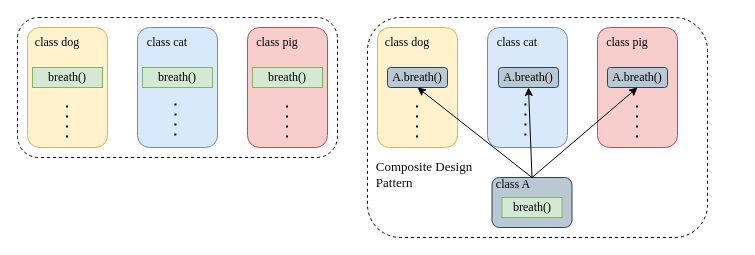
Above: DrawIO_file/流程图/组合设计模式.drawio in DingDongZz/typera_PicGO (draw.io), before the change. Source tidied: cells renumbered, new cells numbered last; positions are measured from the earlier drawing's top-left corner, leaving out a move shared by most shapes. Both pictures are drawn from the tidied source at 100%, with x=0, y=0 at pixel (17, 17).
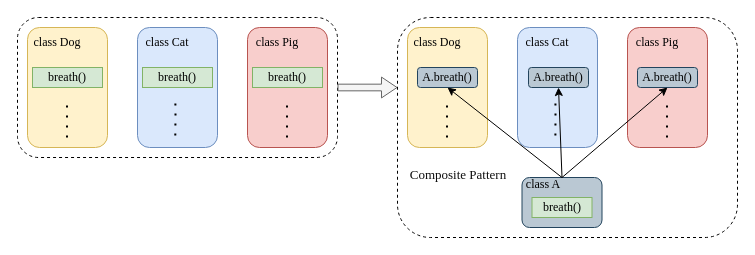
The same page after the edit.

Commit message (it also covers changes not shown here):
更新组合设计模式.drawio

The change refers to these unchanged cells:
```xml
<mxCell id="2" style="rounded=1;whiteSpace=wrap;html=1;dashed=1;fontFamily=Times New Roman;" parent="1" vertex="1">
  <mxGeometry width="320" height="140" as="geometry" />
</mxCell>
```

The edit, as a diff of the source:
```diff
@@
-    <mxCell id="6" value="class dog" style="text;html=1;align=center;verticalAlign=middle;whiteSpace=wrap;rounded=0;fontFamily=Times New Roman;" parent="1" vertex="1">
+    <mxCell id="6" value="class Dog" style="text;html=1;align=center;verticalAlign=middle;whiteSpace=wrap;rounded=0;fontFamily=Times New Roman;" parent="1" vertex="1">
       <mxGeometry x="10" y="10" width="60" height="30" as="geometry" />
     </mxCell>
-    <mxCell id="7" value="class cat" style="text;html=1;align=center;verticalAlign=middle;whiteSpace=wrap;rounded=0;fontFamily=Times New Roman;" parent="1" vertex="1">
+    <mxCell id="7" value="class Cat" style="text;html=1;align=center;verticalAlign=middle;whiteSpace=wrap;rounded=0;fontFamily=Times New Roman;" parent="1" vertex="1">
       <mxGeometry x="120" y="10" width="60" height="30" as="geometry" />
     </mxCell>
-    <mxCell id="8" value="class pig" style="text;html=1;align=center;verticalAlign=middle;whiteSpace=wrap;rounded=0;fontFamily=Times New Roman;" parent="1" vertex="1">
+    <mxCell id="8" value="class Pig" style="text;html=1;align=center;verticalAlign=middle;whiteSpace=wrap;rounded=0;fontFamily=Times New Roman;" parent="1" vertex="1">
       <mxGeometry x="230" y="10" width="60" height="30" as="geometry" />
     </mxCell>
@@
     <mxCell id="15" style="rounded=1;whiteSpace=wrap;html=1;dashed=1;fontFamily=Times New Roman;" parent="1" vertex="1">
-      <mxGeometry x="350" width="340" height="220" as="geometry" />
+      <mxGeometry x="380" width="340" height="220" as="geometry" />
     </mxCell>
     <mxCell id="16" style="rounded=1;whiteSpace=wrap;html=1;fillColor=#fff2cc;strokeColor=#d6b656;fontFamily=Times New Roman;" parent="1" vertex="1">
-      <mxGeometry x="360" y="10" width="80" height="120" as="geometry" />
+      <mxGeometry x="390" y="10" width="80" height="120" as="geometry" />
     </mxCell>
     <mxCell id="17" style="rounded=1;whiteSpace=wrap;html=1;fillColor=#dae8fc;strokeColor=#6c8ebf;fontFamily=Times New Roman;" parent="1" vertex="1">
-      <mxGeometry x="470" y="10" width="80" height="120" as="geometry" />
+      <mxGeometry x="500" y="10" width="80" height="120" as="geometry" />
     </mxCell>
     <mxCell id="18" style="rounded=1;whiteSpace=wrap;html=1;fillColor=#f8cecc;strokeColor=#b85450;fontFamily=Times New Roman;" parent="1" vertex="1">
-      <mxGeometry x="580" y="10" width="80" height="120" as="geometry" />
+      <mxGeometry x="610" y="10" width="80" height="120" as="geometry" />
     </mxCell>
-    <mxCell id="19" value="class dog" style="text;html=1;align=center;verticalAlign=middle;whiteSpace=wrap;rounded=0;fontFamily=Times New Roman;" parent="1" vertex="1">
-      <mxGeometry x="360" y="10" width="60" height="30" as="geometry" />
+    <mxCell id="19" value="class Dog" style="text;html=1;align=center;verticalAlign=middle;whiteSpace=wrap;rounded=0;fontFamily=Times New Roman;" parent="1" vertex="1">
+      <mxGeometry x="390" y="10" width="60" height="30" as="geometry" />
     </mxCell>
-    <mxCell id="20" value="class cat" style="text;html=1;align=center;verticalAlign=middle;whiteSpace=wrap;rounded=0;fontFamily=Times New Roman;" parent="1" vertex="1">
-      <mxGeometry x="470" y="10" width="60" height="30" as="geometry" />
+    <mxCell id="20" value="class Cat" style="text;html=1;align=center;verticalAlign=middle;whiteSpace=wrap;rounded=0;fontFamily=Times New Roman;" parent="1" vertex="1">
+      <mxGeometry x="500" y="10" width="60" height="30" as="geometry" />
     </mxCell>
-    <mxCell id="21" value="class pig" style="text;html=1;align=center;verticalAlign=middle;whiteSpace=wrap;rounded=0;fontFamily=Times New Roman;" parent="1" vertex="1">
-      <mxGeometry x="580" y="10" width="60" height="30" as="geometry" />
+    <mxCell id="21" value="class Pig" style="text;html=1;align=center;verticalAlign=middle;whiteSpace=wrap;rounded=0;fontFamily=Times New Roman;" parent="1" vertex="1">
+      <mxGeometry x="610" y="10" width="60" height="30" as="geometry" />
     </mxCell>
     <mxCell id="22" style="endArrow=none;dashed=1;html=1;rounded=0;dashPattern=1 4;strokeWidth=2;fontFamily=Times New Roman;" parent="1" edge="1">
       <mxGeometry relative="1" as="geometry">
-        <mxPoint x="399.5" y="120" as="sourcePoint" />
-        <mxPoint x="399.5" y="80" as="targetPoint" />
+        <mxPoint x="429.5" y="120" as="sourcePoint" />
+        <mxPoint x="429.5" y="80" as="targetPoint" />
       </mxGeometry>
     </mxCell>
     <mxCell id="23" style="endArrow=none;dashed=1;html=1;rounded=0;dashPattern=1 4;strokeWidth=2;fontFamily=Times New Roman;" parent="1" edge="1">
       <mxGeometry relative="1" as="geometry">
-        <mxPoint x="507.9" y="118" as="sourcePoint" />
-        <mxPoint x="507.9" y="78" as="targetPoint" />
+        <mxPoint x="537.9" y="118" as="sourcePoint" />
+        <mxPoint x="537.9" y="78" as="targetPoint" />
         <Array as="points">
-          <mxPoint x="508" y="98" />
+          <mxPoint x="538" y="98" />
         </Array>
       </mxGeometry>
     </mxCell>
     <mxCell id="24" style="endArrow=none;dashed=1;html=1;rounded=0;dashPattern=1 4;strokeWidth=2;fontFamily=Times New Roman;" parent="1" edge="1">
       <mxGeometry relative="1" as="geometry">
-        <mxPoint x="619.5" y="120" as="sourcePoint" />
-        <mxPoint x="619.5" y="80" as="targetPoint" />
+        <mxPoint x="649.5" y="120" as="sourcePoint" />
+        <mxPoint x="649.5" y="80" as="targetPoint" />
       </mxGeometry>
     </mxCell>
     <mxCell id="25" value="A.breath()" style="rounded=1;whiteSpace=wrap;html=1;fillColor=#bac8d3;strokeColor=#23445d;fontFamily=Times New Roman;" parent="1" vertex="1">
-      <mxGeometry x="370" y="50" width="60" height="20" as="geometry" />
+      <mxGeometry x="400" y="50" width="60" height="20" as="geometry" />
     </mxCell>
     <mxCell id="26" value="A.breath()" style="rounded=1;whiteSpace=wrap;html=1;fillColor=#bac8d3;strokeColor=#23445d;fontFamily=Times New Roman;" parent="1" vertex="1">
-      <mxGeometry x="481" y="50" width="60" height="20" as="geometry" />
+      <mxGeometry x="511" y="50" width="60" height="20" as="geometry" />
     </mxCell>
     <mxCell id="27" value="A.breath()" style="rounded=1;whiteSpace=wrap;html=1;fillColor=#bac8d3;strokeColor=#23445d;fontFamily=Times New Roman;" parent="1" vertex="1">
-      <mxGeometry x="590" y="50" width="60" height="20" as="geometry" />
+      <mxGeometry x="620" y="50" width="60" height="20" as="geometry" />
     </mxCell>
     <mxCell id="28" style="group;fontFamily=Times New Roman;" parent="1" vertex="1">
-      <mxGeometry x="465.5" y="152" width="89" height="58" as="geometry" />
+      <mxGeometry x="495.5" y="152" width="89" height="58" as="geometry" />
     </mxCell>
@@
-    <mxCell id="35" value="&lt;p style=&quot;margin: 0px; font-variant-numeric: normal; font-variant-east-asian: normal; font-variant-alternates: normal; font-size-adjust: none; font-kerning: auto; font-optical-sizing: auto; font-feature-settings: normal; font-variation-settings: normal; font-variant-position: normal; font-variant-emoji: normal; font-stretch: normal; line-height: normal; color: rgb(14, 14, 14); text-align: start;&quot; class=&quot;p1&quot;&gt;&lt;font face=&quot;Times New Roman&quot; style=&quot;font-size: 13px;&quot;&gt;Composite Design &lt;br&gt;Pattern&lt;/font&gt;&lt;/p&gt;" style="text;html=1;align=center;verticalAlign=middle;whiteSpace=wrap;rounded=0;" parent="1" vertex="1">
-      <mxGeometry x="337" y="147" width="140" height="20" as="geometry" />
+    <mxCell id="35" value="&lt;p class=&quot;p1&quot; style=&quot;margin: 0px; font-variant-numeric: normal; font-variant-east-asian: normal; font-variant-alternates: normal; font-size-adjust: none; font-kerning: auto; font-optical-sizing: auto; font-feature-settings: normal; font-variation-settings: normal; font-variant-position: normal; font-variant-emoji: normal; font-stretch: normal; line-height: normal; color: rgb(14, 14, 14); text-align: start;&quot;&gt;&lt;font style=&quot;font-size: 13px;&quot;&gt;Composite Pattern&lt;/font&gt;&lt;/p&gt;" style="text;html=1;align=center;verticalAlign=middle;whiteSpace=wrap;rounded=0;fontFamily=Times New Roman;" parent="1" vertex="1">
+      <mxGeometry x="371" y="147" width="140" height="20" as="geometry" />
     </mxCell>
+    <mxCell id="36" style="shape=flexArrow;endArrow=classic;html=1;rounded=0;exitX=1;exitY=0.5;exitDx=0;exitDy=0;width=6.666666666666667;endSize=4.835555555555556;endWidth=13.185185185185183;fillColor=#f5f5f5;strokeColor=#666666;fontFamily=Times New Roman;" parent="1" edge="1" source="2">
+      <mxGeometry relative="1" as="geometry">
+        <mxPoint x="380" y="70" as="targetPoint" />
+      </mxGeometry>
+    </mxCell>
```
